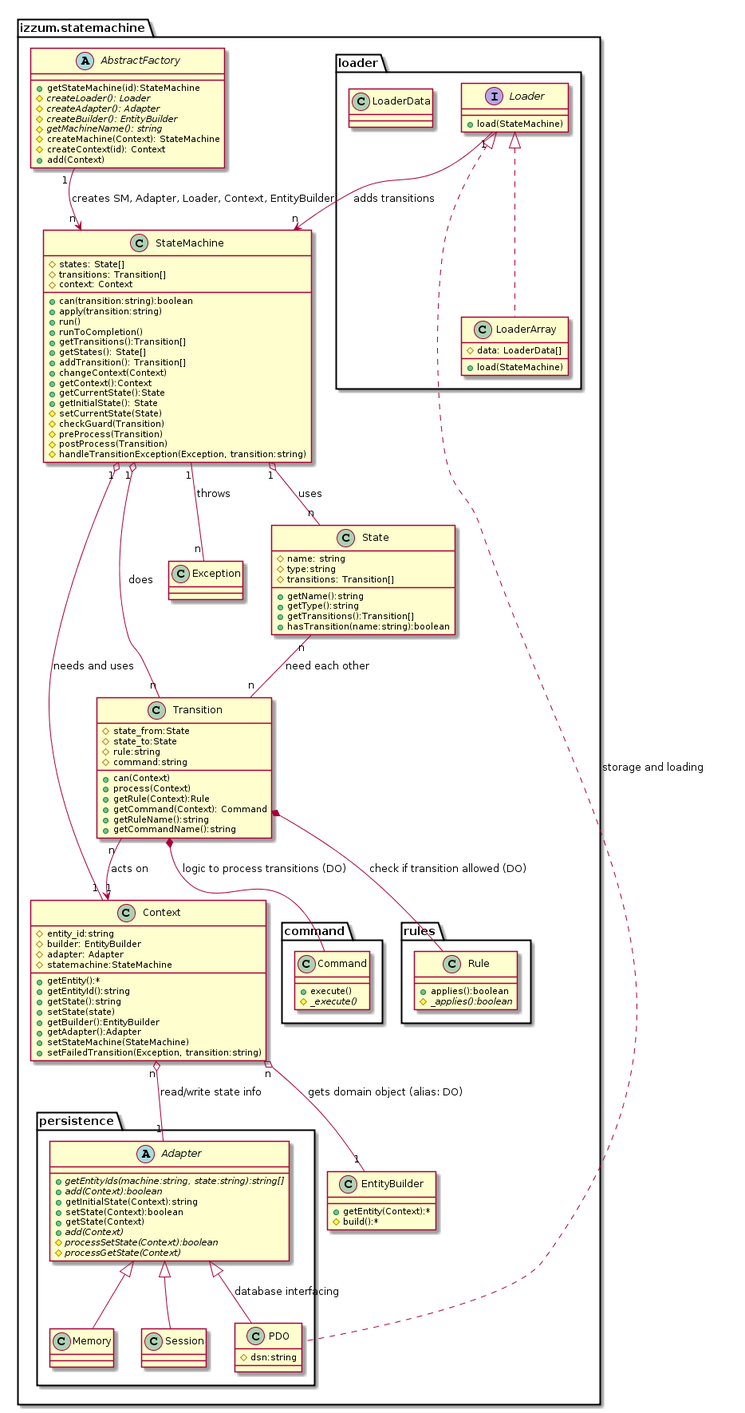
Above: assets/images/class-diagram-plantuml.png in rolfvreijdenberger/izzum-statemachine (PlantUML), before the change. Its diagram source:
```plantuml
@startuml
package izzum.statemachine {
    Class StateMachine {
      # states: State[]
      # transitions: Transition[]
      # context: Context
      + can(transition:string):boolean
      + apply(transition:string)
      + run()
      + runToCompletion()
      + getTransitions():Transition[]
      + getStates(): State[]
      + addTransition(): Transition[]
      + changeContext(Context)
      + getContext():Context
      + getCurrentState():State
      + getInitialState(): State
      # setCurrentState(State)
      # checkGuard(Transition)
      # preProcess(Transition)
      # postProcess(Transition)
      # handleTransitionException(Exception, transition:string)

    }
    Class State {
        # name: string
        # type:string
        # transitions: Transition[]
        + getName():string
        + getType():string
        + getTransitions():Transition[]
        + hasTransition(name:string):boolean
    }
    Class Transition {
        # state_from:State
        # state_to:State
        # rule:string
        # command:string
        + can(Context)
        + process(Context)
        + getRule(Context):Rule
        + getCommand(Context): Command
        + getRuleName():string
        + getCommandName():string
    }
    Class Context {
        # entity_id:string
        # builder: EntityBuilder
        # adapter: Adapter
        # statemachine:StateMachine
        + getEntity():*
        + getEntityId():string
        + getState():string
        + setState(state)
        + getBuilder():EntityBuilder
        + getAdapter():Adapter
        + setStateMachine(StateMachine)
        + setFailedTransition(Exception, transition:string)
    }

    Class EntityBuilder {
        + getEntity(Context):*
        # build():*
    }
    package persistence {
      abstract Class Adapter {
        + {abstract} getEntityIds(machine:string, state:string):string[]
        + {abstract} add(Context):boolean
        + getInitialState(Context):string
        + setState(Context):boolean
        + getState(Context)
        + {abstract} add(Context)
        # {abstract} processSetState(Context):boolean
        # {abstract} processGetState(Context)
      }

      Class PDO {
        #dsn:string
      }

      Class Memory {

      }

      Class Session {

      }

    }

        abstract Class AbstractFactory {
            + getStateMachine(id):StateMachine
            # {abstract} createLoader(): Loader
            # {abstract} createAdapter(): Adapter
            # {abstract} createBuilder(): EntityBuilder
            # {abstract} getMachineName(): string
            # createMachine(Context): StateMachine
            # createContext(id): Context
            +add(Context)
        }

    package loader {
        Interface Loader {
          +load(StateMachine)
        }
        Class LoaderArray {
          # data: LoaderData[]
          + load(StateMachine)
        }
        Class LoaderData {
        }
    }

    Class Exception

    package command {
      Class Command {
        +execute()
        #{abstract}_execute()
      }
    }

    package rules {
      Class Rule {
        +applies():boolean
        #{abstract}_applies():boolean
      }
    }

}
    StateMachine "1" o-- "n" State : uses
    StateMachine "1" o-- "n" Transition : does
    StateMachine "1" o-- "1" Context : needs and uses
    StateMachine "1" -- "n" Exception: throws
    Context "n" o-- "1" EntityBuilder : gets domain object (alias: DO)
    Context "n" o-- "1" Adapter : read/write state info
    State "n" -- "n" Transition : need each other
    Adapter <|-- Memory
    Adapter <|-- PDO : database interfacing
    Adapter <|-- Session
    Loader <|.. PDO : storage and loading
    Loader <|.. LoaderArray
    Transition *-- Command : logic to process transitions (DO)
    Transition *-- Rule : check if transition allowed (DO)
    Transition "n" --> "1" Context : acts on
    AbstractFactory "1" --> "n" StateMachine: creates SM, Adapter, Loader, Context, EntityBuilder
    Loader "1" --> "n" StateMachine : adds transitions
@enduml
```
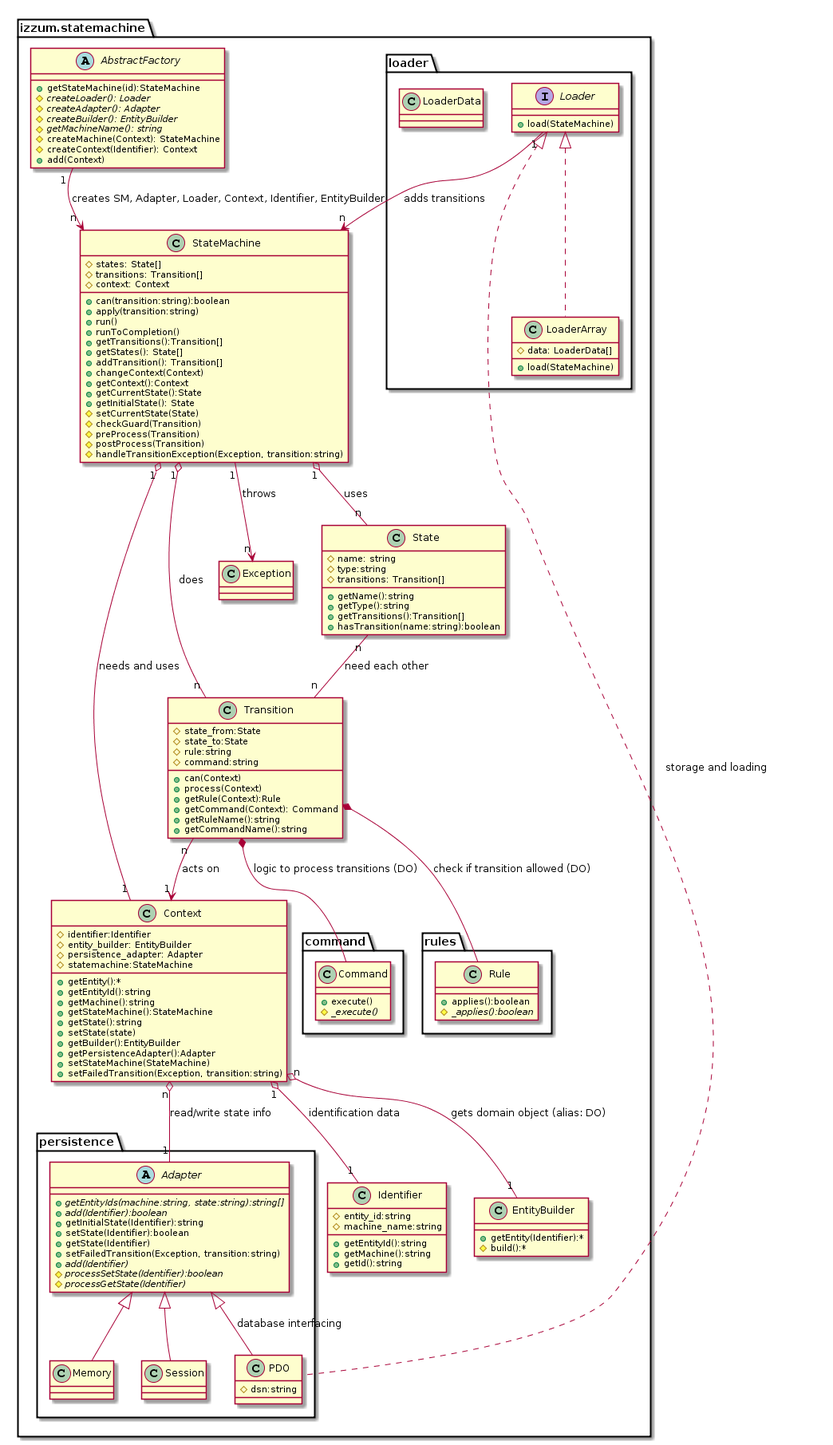
After the change.

Diff of the diagram source:
```diff
@@ -20,8 +20,8 @@
       # preProcess(Transition)
       # postProcess(Transition)
       # handleTransitionException(Exception, transition:string)
+    }
 
-    }
     Class State {
         # name: string
         # type:string
@@ -44,34 +44,45 @@
         + getCommandName():string
     }
     Class Context {
-        # entity_id:string
-        # builder: EntityBuilder
-        # adapter: Adapter
+        # identifier:Identifier
+        # entity_builder: EntityBuilder
+        # persistence_adapter: Adapter
         # statemachine:StateMachine
         + getEntity():*
         + getEntityId():string
+        + getMachine():string
+        + getStateMachine():StateMachine
         + getState():string
         + setState(state)
         + getBuilder():EntityBuilder
-        + getAdapter():Adapter
+        + getPersistenceAdapter():Adapter
         + setStateMachine(StateMachine)
         + setFailedTransition(Exception, transition:string)
     }
 
+    Class Identifier {
+    	# entity_id:string
+    	# machine_name:string
+    	+ getEntityId():string
+    	+ getMachine():string
+    	+ getId():string
+    }
+
     Class EntityBuilder {
-        + getEntity(Context):*
+        + getEntity(Identifier):*
         # build():*
     }
     package persistence {
       abstract Class Adapter {
         + {abstract} getEntityIds(machine:string, state:string):string[]
-        + {abstract} add(Context):boolean
-        + getInitialState(Context):string
-        + setState(Context):boolean
-        + getState(Context)
-        + {abstract} add(Context)
-        # {abstract} processSetState(Context):boolean
-        # {abstract} processGetState(Context)
+        + {abstract} add(Identifier):boolean
+        + getInitialState(Identifier):string
+        + setState(Identifier):boolean
+        + getState(Identifier)
+        + setFailedTransition(Exception, transition:string)
+        + {abstract} add(Identifier)
+        # {abstract} processSetState(Identifier):boolean
+        # {abstract} processGetState(Identifier)
       }
 
       Class PDO {
@@ -95,7 +106,7 @@
             # {abstract} createBuilder(): EntityBuilder
             # {abstract} getMachineName(): string
             # createMachine(Context): StateMachine
-            # createContext(id): Context
+            # createContext(Identifier): Context
             +add(Context)
         }
 
@@ -131,9 +142,10 @@
     StateMachine "1" o-- "n" State : uses
     StateMachine "1" o-- "n" Transition : does
     StateMachine "1" o-- "1" Context : needs and uses
-    StateMachine "1" -- "n" Exception: throws
+    StateMachine "1" --> "n" Exception: throws
     Context "n" o-- "1" EntityBuilder : gets domain object (alias: DO)
     Context "n" o-- "1" Adapter : read/write state info
+    Context "1" o-- "1" Identifier : identification data
     State "n" -- "n" Transition : need each other
     Adapter <|-- Memory
     Adapter <|-- PDO : database interfacing
@@ -143,6 +155,6 @@
     Transition *-- Command : logic to process transitions (DO)
     Transition *-- Rule : check if transition allowed (DO)
     Transition "n" --> "1" Context : acts on
-    AbstractFactory "1" --> "n" StateMachine: creates SM, Adapter, Loader, Context, EntityBuilder
+    AbstractFactory "1" --> "n" StateMachine: creates SM, Adapter, Loader, Context, Identifier, EntityBuilder
     Loader "1" --> "n" StateMachine : adds transitions
 @enduml
```
